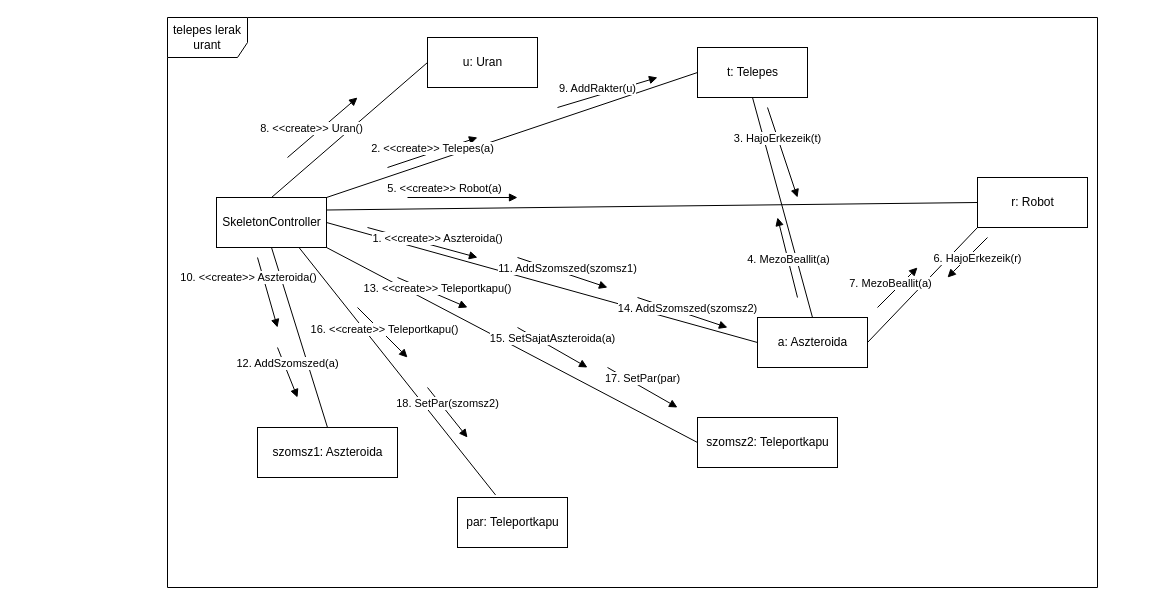
Earlier version of the draw.io diagram page "uran lerak" (1 of 4) of doc/kommunikacio/kom_UranLerak.drawio (torpeBoiGo/aszteroidabanyaszat). Source tidied: cells renumbered, new cells numbered last; positions are measured from the earlier drawing's top-left corner, leaving out a move shared by most shapes. Both pictures are drawn from the tidied source at 100%, with x=0, y=0 at pixel (167, 17).
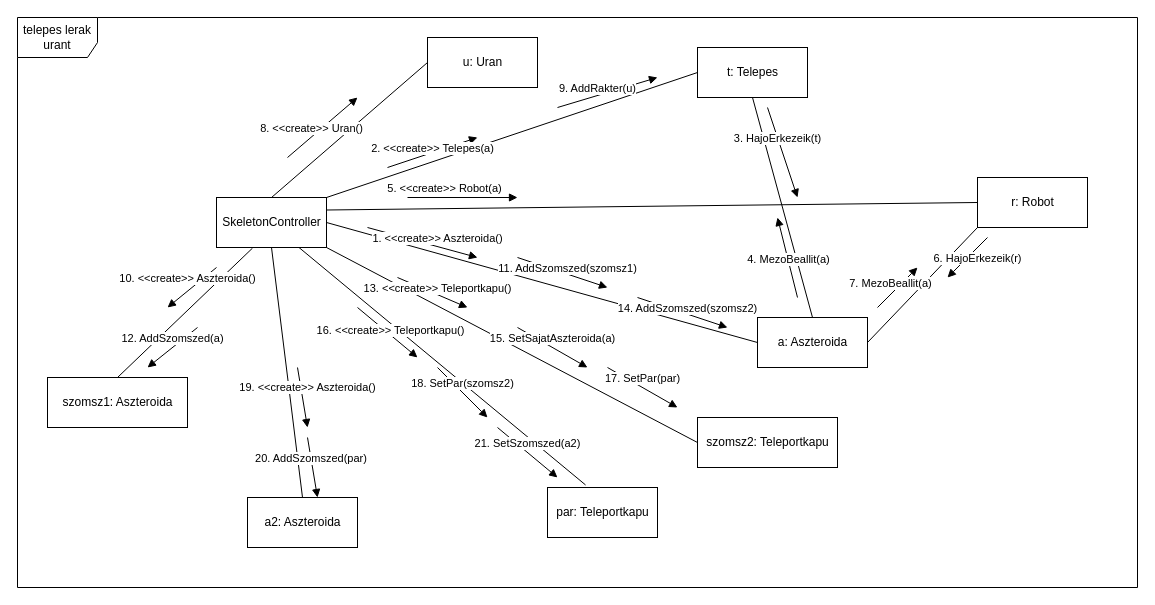
Above is the later version.

Unchanged cells that the change refers to:
```xml
<mxCell id="3" value="SkeletonController" style="html=1;" parent="1" vertex="1">
  <mxGeometry x="49" y="180" width="110" height="50" as="geometry" />
</mxCell>
```

Diff of the diagram source:
```diff
@@
     <mxCell id="2" value="telepes lerak urant" style="shape=umlFrame;whiteSpace=wrap;html=1;width=80;height=40;" parent="1" vertex="1">
-      <mxGeometry width="930" height="570" as="geometry" />
+      <mxGeometry x="-150" width="1120" height="570" as="geometry" />
     </mxCell>
@@
     <mxCell id="7" value="szomsz1: Aszteroida" style="html=1;" parent="1" vertex="1">
-      <mxGeometry x="90" y="410" width="140" height="50" as="geometry" />
+      <mxGeometry x="-120" y="360" width="140" height="50" as="geometry" />
     </mxCell>
@@
-    <mxCell id="11" style="endArrow=none;html=1;exitX=0.5;exitY=1;exitDx=0;exitDy=0;entryX=0.5;entryY=0;entryDx=0;entryDy=0;" parent="1" edge="1" source="3" target="7">
+    <mxCell id="11" style="endArrow=none;html=1;exitX=0.327;exitY=1.013;exitDx=0;exitDy=0;entryX=0.5;entryY=0;entryDx=0;entryDy=0;exitPerimeter=0;" parent="1" edge="1" source="3" target="7">
       <mxGeometry relative="1" as="geometry" />
     </mxCell>
@@
     <mxCell id="30" value="10. &amp;lt;&amp;lt;create&amp;gt;&amp;gt; Aszteroida()" style="html=1;verticalAlign=bottom;endArrow=block;" parent="1" edge="1">
-      <mxGeometry x="-0.31" y="-17" relative="1" as="geometry">
-        <mxPoint x="90" y="240" as="sourcePoint" />
-        <mxPoint x="110" y="310" as="targetPoint" />
+      <mxGeometry x="0.11" y="-3" relative="1" as="geometry">
+        <mxPoint x="49" y="250" as="sourcePoint" />
+        <mxPoint y="290" as="targetPoint" />
       </mxGeometry>
     </mxCell>
@@
     <mxCell id="32" value="12. AddSzomszed(a)" style="html=1;verticalAlign=bottom;endArrow=block;" parent="1" edge="1">
       <mxGeometry relative="1" as="geometry">
-        <mxPoint x="110" y="330" as="sourcePoint" />
-        <mxPoint x="130" y="380" as="targetPoint" />
+        <mxPoint x="30" y="310" as="sourcePoint" />
+        <mxPoint x="-20" y="350" as="targetPoint" />
       </mxGeometry>
     </mxCell>
     <mxCell id="33" value="par: Teleportkapu" style="html=1;" parent="1" vertex="1">
-      <mxGeometry x="290" y="480" width="110" height="50" as="geometry" />
+      <mxGeometry x="380" y="470" width="110" height="50" as="geometry" />
     </mxCell>
@@
     <mxCell id="35" value="16. &amp;lt;&amp;lt;create&amp;gt;&amp;gt; Teleportkapu()" style="html=1;verticalAlign=bottom;endArrow=block;" parent="1" edge="1">
       <mxGeometry x="0.17" y="-3" relative="1" as="geometry">
         <mxPoint x="190" y="290" as="sourcePoint" />
-        <mxPoint x="240" y="340" as="targetPoint" />
+        <mxPoint x="250" y="340" as="targetPoint" />
       </mxGeometry>
     </mxCell>
     <mxCell id="36" value="18. SetPar(szomsz2)" style="html=1;verticalAlign=bottom;endArrow=block;" parent="1" edge="1">
       <mxGeometry relative="1" as="geometry">
-        <mxPoint x="260" y="370" as="sourcePoint" />
-        <mxPoint x="300" y="420" as="targetPoint" />
+        <mxPoint x="270" y="350" as="sourcePoint" />
+        <mxPoint x="320" y="400" as="targetPoint" />
       </mxGeometry>
     </mxCell>
@@
+    <mxCell id="38" value="a2: Aszteroida" style="html=1;" parent="1" vertex="1">
+      <mxGeometry x="80" y="480" width="110" height="50" as="geometry" />
+    </mxCell>
+    <mxCell id="39" style="endArrow=none;html=1;entryX=0.5;entryY=1;entryDx=0;entryDy=0;exitX=0.5;exitY=0;exitDx=0;exitDy=0;" parent="1" edge="1" source="38" target="3">
+      <mxGeometry relative="1" as="geometry" />
+    </mxCell>
+    <mxCell id="40" value="19. &amp;lt;&amp;lt;create&amp;gt;&amp;gt; Aszteroida()" style="html=1;verticalAlign=bottom;endArrow=block;" parent="1" edge="1">
+      <mxGeometry x="0.03" y="5" relative="1" as="geometry">
+        <mxPoint x="130" y="350" as="sourcePoint" />
+        <mxPoint x="140" y="410" as="targetPoint" />
+        <mxPoint y="-1" as="offset" />
+      </mxGeometry>
+    </mxCell>
+    <mxCell id="41" value="20. AddSzomszed(par)&amp;nbsp;" style="html=1;verticalAlign=bottom;endArrow=block;" parent="1" edge="1">
+      <mxGeometry relative="1" as="geometry">
+        <mxPoint x="140" y="420" as="sourcePoint" />
+        <mxPoint x="150" y="480" as="targetPoint" />
+      </mxGeometry>
+    </mxCell>
+    <mxCell id="42" value="21. SetSzomszed(a2)" style="html=1;verticalAlign=bottom;endArrow=block;" parent="1" edge="1">
+      <mxGeometry relative="1" as="geometry">
+        <mxPoint x="330" y="410" as="sourcePoint" />
+        <mxPoint x="390" y="460" as="targetPoint" />
+      </mxGeometry>
+    </mxCell>
```
